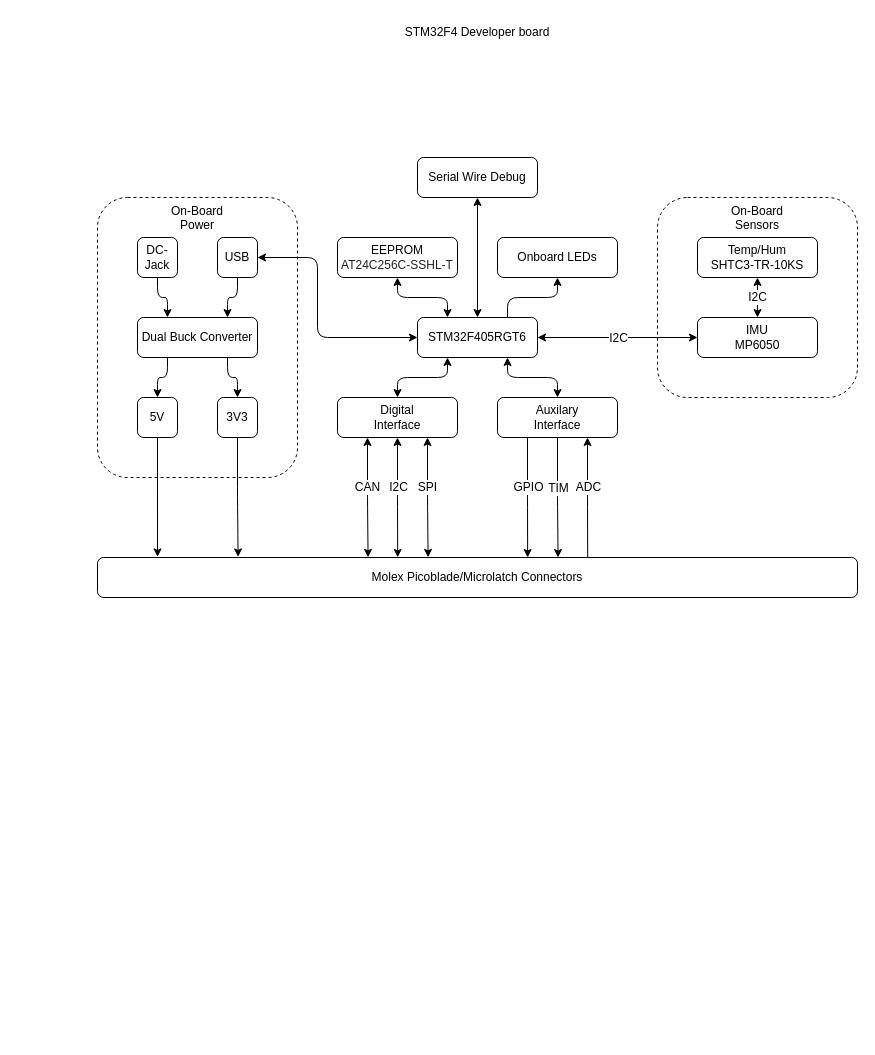
The draw.io diagram documentation/BlockDiagram.drawio in s-grundner/STM32-DevBoard, before the edit. Source tidied: cells renumbered, new cells numbered last; positions are measured from the earlier drawing's top-left corner, leaving out a move shared by most shapes. Both pictures are drawn from the tidied source at 100%, with x=0, y=0 at pixel (97, 17).
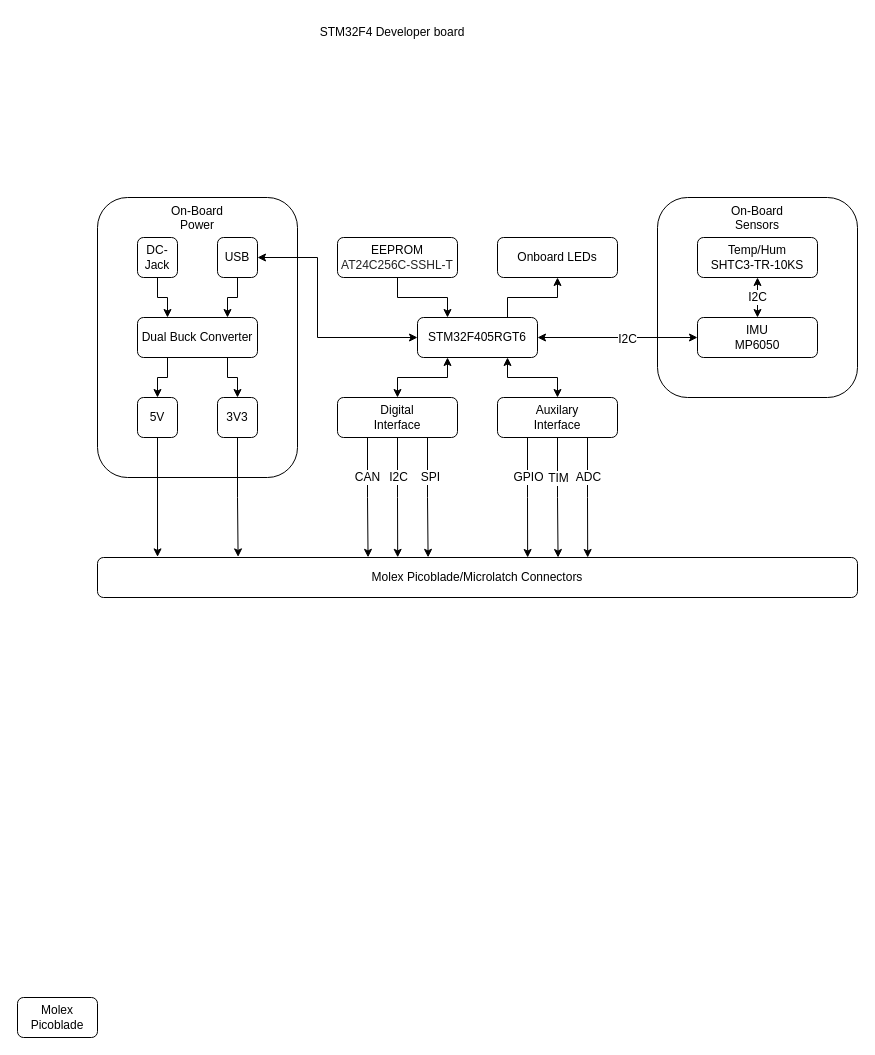
Above is the later version.

Unchanged cells that the change refers to:
```xml
<mxCell id="5" value="Dual Buck Converter" style="rounded=1;whiteSpace=wrap;html=1;" parent="1" vertex="1">
  <mxGeometry x="40" y="300" width="120" height="40" as="geometry" />
</mxCell>
<mxCell id="8" value="5V" style="rounded=1;whiteSpace=wrap;html=1;" parent="1" vertex="1">
  <mxGeometry x="40" y="380" width="40" height="40" as="geometry" />
</mxCell>
<mxCell id="10" value="3V3" style="rounded=1;whiteSpace=wrap;html=1;" parent="1" vertex="1">
  <mxGeometry x="120" y="380" width="40" height="40" as="geometry" />
</mxCell>
<mxCell id="13" value="USB" style="rounded=1;whiteSpace=wrap;html=1;" parent="1" vertex="1">
  <mxGeometry x="120" y="220" width="40" height="40" as="geometry" />
</mxCell>
<mxCell id="20" value="STM32F405RGT6" style="rounded=1;whiteSpace=wrap;html=1;" parent="1" vertex="1">
  <mxGeometry x="320" y="300" width="120" height="40" as="geometry" />
</mxCell>
<mxCell id="23" value="IMU&lt;br&gt;MP6050" style="rounded=1;whiteSpace=wrap;html=1;" parent="1" vertex="1">
  <mxGeometry x="600" y="300" width="120" height="40" as="geometry" />
</mxCell>
```

Change to the diagram source:
```diff
@@
-    <mxCell id="2" value="On-Board&lt;br&gt;Power" style="rounded=1;whiteSpace=wrap;html=1;fillColor=none;verticalAlign=top;dashed=1;" parent="1" vertex="1">
+    <mxCell id="2" value="On-Board&lt;br&gt;Power" style="rounded=1;whiteSpace=wrap;html=1;fillColor=none;verticalAlign=top;" parent="1" vertex="1">
       <mxGeometry y="180" width="200" height="280" as="geometry" />
     </mxCell>
-    <mxCell id="3" style="edgeStyle=orthogonalEdgeStyle;rounded=1;jettySize=auto;html=1;exitX=0.25;exitY=1;exitDx=0;exitDy=0;entryX=0.5;entryY=0;entryDx=0;entryDy=0;" parent="1" edge="1" source="5" target="8">
+    <mxCell id="3" style="edgeStyle=orthogonalEdgeStyle;rounded=0;jettySize=auto;html=1;exitX=0.25;exitY=1;exitDx=0;exitDy=0;entryX=0.5;entryY=0;entryDx=0;entryDy=0;" parent="1" edge="1" source="5" target="8">
       <mxGeometry relative="1" as="geometry" />
     </mxCell>
-    <mxCell id="4" style="edgeStyle=orthogonalEdgeStyle;rounded=1;jettySize=auto;html=1;exitX=0.75;exitY=1;exitDx=0;exitDy=0;entryX=0.5;entryY=0;entryDx=0;entryDy=0;" parent="1" edge="1" source="5" target="10">
+    <mxCell id="4" style="edgeStyle=orthogonalEdgeStyle;rounded=0;jettySize=auto;html=1;exitX=0.75;exitY=1;exitDx=0;exitDy=0;entryX=0.5;entryY=0;entryDx=0;entryDy=0;" parent="1" edge="1" source="5" target="10">
       <mxGeometry relative="1" as="geometry" />
     </mxCell>
@@
     <mxCell id="6" value="STM32F4 Developer board" style="text;html=1;strokeColor=none;fillColor=none;align=center;verticalAlign=middle;whiteSpace=wrap;rounded=0;" parent="1" vertex="1">
-      <mxGeometry x="235" width="290" height="30" as="geometry" />
+      <mxGeometry x="150" width="290" height="30" as="geometry" />
     </mxCell>
-    <mxCell id="7" style="edgeStyle=orthogonalEdgeStyle;rounded=1;jettySize=auto;html=1;exitX=0.5;exitY=1;exitDx=0;exitDy=0;entryX=0.079;entryY=-0.015;entryDx=0;entryDy=0;entryPerimeter=0;fontSize=12;startArrow=none;startFill=0;" parent="1" edge="1" source="8" target="29">
+    <mxCell id="7" style="edgeStyle=orthogonalEdgeStyle;rounded=0;jettySize=auto;html=1;exitX=0.5;exitY=1;exitDx=0;exitDy=0;entryX=0.079;entryY=-0.015;entryDx=0;entryDy=0;entryPerimeter=0;fontSize=12;startArrow=none;startFill=0;" parent="1" edge="1" source="8" target="29">
       <mxGeometry relative="1" as="geometry" />
     </mxCell>
@@
-    <mxCell id="9" style="edgeStyle=orthogonalEdgeStyle;rounded=1;jettySize=auto;html=1;exitX=0.5;exitY=1;exitDx=0;exitDy=0;entryX=0.185;entryY=-0.015;entryDx=0;entryDy=0;entryPerimeter=0;fontSize=12;startArrow=none;startFill=0;" parent="1" edge="1" source="10" target="29">
+    <mxCell id="9" style="edgeStyle=orthogonalEdgeStyle;rounded=0;jettySize=auto;html=1;exitX=0.5;exitY=1;exitDx=0;exitDy=0;entryX=0.185;entryY=-0.015;entryDx=0;entryDy=0;entryPerimeter=0;fontSize=12;startArrow=none;startFill=0;" parent="1" edge="1" source="10" target="29">
       <mxGeometry relative="1" as="geometry" />
     </mxCell>
@@
-    <mxCell id="11" style="edgeStyle=orthogonalEdgeStyle;rounded=1;jettySize=auto;html=1;exitX=0.5;exitY=1;exitDx=0;exitDy=0;entryX=0.75;entryY=0;entryDx=0;entryDy=0;" parent="1" edge="1" source="13" target="5">
+    <mxCell id="11" style="edgeStyle=orthogonalEdgeStyle;rounded=0;jettySize=auto;html=1;exitX=0.5;exitY=1;exitDx=0;exitDy=0;entryX=0.75;entryY=0;entryDx=0;entryDy=0;" parent="1" edge="1" source="13" target="5">
       <mxGeometry relative="1" as="geometry" />
     </mxCell>
-    <mxCell id="12" style="edgeStyle=orthogonalEdgeStyle;rounded=1;jettySize=auto;html=1;exitX=1;exitY=0.5;exitDx=0;exitDy=0;entryX=0;entryY=0.5;entryDx=0;entryDy=0;fontSize=12;startArrow=classic;startFill=1;" parent="1" edge="1" source="13" target="20">
+    <mxCell id="12" style="edgeStyle=orthogonalEdgeStyle;rounded=0;jettySize=auto;html=1;exitX=1;exitY=0.5;exitDx=0;exitDy=0;entryX=0;entryY=0.5;entryDx=0;entryDy=0;fontSize=12;startArrow=classic;startFill=1;" parent="1" edge="1" source="13" target="20">
       <mxGeometry relative="1" as="geometry">
         <Array as="points">
           <mxPoint x="220" y="240" />
           <mxPoint x="220" y="320" />
         </Array>
       </mxGeometry>
     </mxCell>
@@
-    <mxCell id="14" style="edgeStyle=orthogonalEdgeStyle;rounded=1;jettySize=auto;html=1;exitX=1;exitY=0.5;exitDx=0;exitDy=0;entryX=0;entryY=0.5;entryDx=0;entryDy=0;fontSize=12;startArrow=classic;startFill=1;" parent="1" edge="1" source="20" target="23">
+    <mxCell id="14" style="edgeStyle=orthogonalEdgeStyle;rounded=0;jettySize=auto;html=1;exitX=1;exitY=0.5;exitDx=0;exitDy=0;entryX=0;entryY=0.5;entryDx=0;entryDy=0;fontSize=12;startArrow=classic;startFill=1;" parent="1" edge="1" source="20" target="23">
       <mxGeometry relative="1" as="geometry" />
     </mxCell>
-    <mxCell id="15" value="I2C" style="edgeLabel;html=1;align=center;verticalAlign=middle;fontSize=12;labelBackgroundColor=default;" parent="14" vertex="1">
-      <mxGeometry x="0.11" y="-1" relative="1" as="geometry">
-        <mxPoint x="-9" y="-1" as="offset" />
-      </mxGeometry>
+    <mxCell id="15" value="I2C" style="edgeLabel;html=1;align=center;verticalAlign=middle;fontSize=12;" parent="14" vertex="1">
+      <mxGeometry x="0.11" y="-1" relative="1" as="geometry" />
     </mxCell>
-    <mxCell id="16" style="edgeStyle=orthogonalEdgeStyle;rounded=1;jettySize=auto;html=1;exitX=0.25;exitY=1;exitDx=0;exitDy=0;entryX=0.5;entryY=0;entryDx=0;entryDy=0;fontSize=12;startArrow=classic;startFill=1;" parent="1" edge="1" source="20" target="36">
+    <mxCell id="16" style="edgeStyle=orthogonalEdgeStyle;rounded=0;jettySize=auto;html=1;exitX=0.25;exitY=1;exitDx=0;exitDy=0;entryX=0.5;entryY=0;entryDx=0;entryDy=0;fontSize=12;startArrow=classic;startFill=1;" parent="1" edge="1" source="20" target="36">
       <mxGeometry relative="1" as="geometry" />
     </mxCell>
-    <mxCell id="17" style="edgeStyle=orthogonalEdgeStyle;rounded=1;jettySize=auto;html=1;exitX=0.75;exitY=1;exitDx=0;exitDy=0;entryX=0.5;entryY=0;entryDx=0;entryDy=0;fontSize=12;startArrow=classic;startFill=1;" parent="1" edge="1" source="20" target="43">
+    <mxCell id="17" style="edgeStyle=orthogonalEdgeStyle;rounded=0;jettySize=auto;html=1;exitX=0.75;exitY=1;exitDx=0;exitDy=0;entryX=0.5;entryY=0;entryDx=0;entryDy=0;fontSize=12;startArrow=classic;startFill=1;" parent="1" edge="1" source="20" target="43">
       <mxGeometry relative="1" as="geometry" />
     </mxCell>
-    <mxCell id="18" style="edgeStyle=orthogonalEdgeStyle;rounded=1;jettySize=auto;html=1;exitX=0.75;exitY=0;exitDx=0;exitDy=0;entryX=0.5;entryY=1;entryDx=0;entryDy=0;fontSize=12;startArrow=none;startFill=0;" parent="1" edge="1" source="20" target="44">
+    <mxCell id="18" style="edgeStyle=orthogonalEdgeStyle;rounded=0;jettySize=auto;html=1;exitX=0.75;exitY=0;exitDx=0;exitDy=0;entryX=0.5;entryY=1;entryDx=0;entryDy=0;fontSize=12;startArrow=none;startFill=0;" parent="1" edge="1" source="20" target="44">
       <mxGeometry relative="1" as="geometry" />
     </mxCell>
-    <mxCell id="19" style="edgeStyle=orthogonalEdgeStyle;rounded=1;jettySize=auto;html=1;entryX=0.5;entryY=1;entryDx=0;entryDy=0;fontSize=12;startArrow=classic;startFill=1;strokeColor=default;" parent="1" edge="1" source="20" target="45">
-      <mxGeometry relative="1" as="geometry" />
-    </mxCell>
@@
-    <mxCell id="21" value="On-Board&lt;br&gt;Sensors" style="rounded=1;whiteSpace=wrap;html=1;fillColor=none;verticalAlign=top;dashed=1;" parent="1" vertex="1">
+    <mxCell id="21" value="On-Board&lt;br&gt;Sensors" style="rounded=1;whiteSpace=wrap;html=1;fillColor=none;verticalAlign=top;" parent="1" vertex="1">
       <mxGeometry x="560" y="180" width="200" height="200" as="geometry" />
     </mxCell>
+    <mxCell id="46" value="Molex&lt;br&gt;Picoblade" style="rounded=1;whiteSpace=wrap;html=1;" parent="1" vertex="1">
+      <mxGeometry x="-80" y="980" width="80" height="40" as="geometry" />
+    </mxCell>
@@
-    <mxCell id="25" style="edgeStyle=orthogonalEdgeStyle;rounded=1;jettySize=auto;html=1;entryX=0.25;entryY=0;entryDx=0;entryDy=0;fontSize=12;startArrow=classic;startFill=1;" parent="1" edge="1" source="26" target="20">
+    <mxCell id="25" style="edgeStyle=orthogonalEdgeStyle;rounded=0;jettySize=auto;html=1;entryX=0.25;entryY=0;entryDx=0;entryDy=0;fontSize=12;startArrow=none;startFill=0;" parent="1" edge="1" source="26" target="20">
       <mxGeometry relative="1" as="geometry" />
     </mxCell>
-    <mxCell id="26" value="EEPROM&lt;br&gt;&lt;span style=&quot;color: rgb(34 , 34 , 34)&quot;&gt;AT24C256C-SSHL-T&lt;/span&gt;" style="rounded=1;whiteSpace=wrap;html=1;fillColor=default;" parent="1" vertex="1">
+    <mxCell id="26" value="EEPROM&lt;br&gt;&lt;span style=&quot;color: rgb(34 , 34 , 34) ; background-color: rgb(255 , 255 , 255)&quot;&gt;AT24C256C-SSHL-T&lt;/span&gt;" style="rounded=1;whiteSpace=wrap;html=1;fillColor=none;" parent="1" vertex="1">
       <mxGeometry x="240" y="220" width="120" height="40" as="geometry" />
     </mxCell>
-    <mxCell id="27" style="edgeStyle=orthogonalEdgeStyle;rounded=1;jettySize=auto;html=1;entryX=0.25;entryY=0;entryDx=0;entryDy=0;" parent="1" edge="1" source="28" target="5">
+    <mxCell id="27" style="edgeStyle=orthogonalEdgeStyle;rounded=0;jettySize=auto;html=1;entryX=0.25;entryY=0;entryDx=0;entryDy=0;" parent="1" edge="1" source="28" target="5">
       <mxGeometry relative="1" as="geometry" />
     </mxCell>
-    <mxCell id="28" value="DC- Jack" style="rounded=1;whiteSpace=wrap;html=1;fillColor=default;" parent="1" vertex="1">
+    <mxCell id="28" value="DC- Jack" style="rounded=1;whiteSpace=wrap;html=1;fillColor=none;" parent="1" vertex="1">
       <mxGeometry x="40" y="220" width="40" height="40" as="geometry" />
     </mxCell>
-    <mxCell id="29" value="Molex Picoblade/Microlatch Connectors" style="rounded=1;whiteSpace=wrap;html=1;fillColor=default;" parent="1" vertex="1">
+    <mxCell id="29" value="Molex Picoblade/Microlatch Connectors" style="rounded=1;whiteSpace=wrap;html=1;fillColor=none;" parent="1" vertex="1">
       <mxGeometry y="540" width="760" height="40" as="geometry" />
     </mxCell>
-    <mxCell id="30" style="edgeStyle=orthogonalEdgeStyle;rounded=1;jettySize=auto;html=1;exitX=0.25;exitY=1;exitDx=0;exitDy=0;entryX=0.356;entryY=-0.004;entryDx=0;entryDy=0;entryPerimeter=0;fontSize=12;startArrow=classic;startFill=1;" parent="1" edge="1" source="36" target="29">
+    <mxCell id="30" style="edgeStyle=orthogonalEdgeStyle;rounded=0;jettySize=auto;html=1;exitX=0.25;exitY=1;exitDx=0;exitDy=0;entryX=0.356;entryY=-0.004;entryDx=0;entryDy=0;entryPerimeter=0;fontSize=12;startArrow=none;startFill=0;" parent="1" edge="1" source="36" target="29">
       <mxGeometry relative="1" as="geometry" />
     </mxCell>
     <mxCell id="31" value="CAN" style="edgeLabel;html=1;align=center;verticalAlign=middle;fontSize=12;" parent="30" vertex="1">
       <mxGeometry x="0.32" y="1" relative="1" as="geometry">
-        <mxPoint x="-2" y="-29" as="offset" />
+        <mxPoint x="-2" y="-39" as="offset" />
       </mxGeometry>
     </mxCell>
-    <mxCell id="32" style="edgeStyle=orthogonalEdgeStyle;rounded=1;jettySize=auto;html=1;exitX=0.5;exitY=1;exitDx=0;exitDy=0;entryX=0.395;entryY=-0.004;entryDx=0;entryDy=0;entryPerimeter=0;fontSize=12;startArrow=classic;startFill=1;" parent="1" edge="1" source="36" target="29">
+    <mxCell id="32" style="edgeStyle=orthogonalEdgeStyle;rounded=0;jettySize=auto;html=1;exitX=0.5;exitY=1;exitDx=0;exitDy=0;entryX=0.395;entryY=-0.004;entryDx=0;entryDy=0;entryPerimeter=0;fontSize=12;startArrow=none;startFill=0;" parent="1" edge="1" source="36" target="29">
       <mxGeometry relative="1" as="geometry" />
     </mxCell>
     <mxCell id="33" value="I2C" style="edgeLabel;html=1;align=center;verticalAlign=middle;fontSize=12;" parent="32" vertex="1">
       <mxGeometry x="0.37" y="-1" relative="1" as="geometry">
-        <mxPoint x="1" y="-32" as="offset" />
+        <mxPoint x="1" y="-42" as="offset" />
       </mxGeometry>
     </mxCell>
-    <mxCell id="34" style="edgeStyle=orthogonalEdgeStyle;rounded=1;jettySize=auto;html=1;exitX=0.75;exitY=1;exitDx=0;exitDy=0;entryX=0.435;entryY=-0.004;entryDx=0;entryDy=0;entryPerimeter=0;fontSize=12;startArrow=classic;startFill=1;" parent="1" edge="1" source="36" target="29">
+    <mxCell id="34" style="edgeStyle=orthogonalEdgeStyle;rounded=0;jettySize=auto;html=1;exitX=0.75;exitY=1;exitDx=0;exitDy=0;entryX=0.435;entryY=-0.004;entryDx=0;entryDy=0;entryPerimeter=0;fontSize=12;startArrow=none;startFill=0;" parent="1" edge="1" source="36" target="29">
       <mxGeometry relative="1" as="geometry" />
     </mxCell>
     <mxCell id="35" value="SPI" style="edgeLabel;html=1;align=center;verticalAlign=middle;fontSize=12;" parent="34" vertex="1">
       <mxGeometry x="0.22" y="2" relative="1" as="geometry">
-        <mxPoint x="-3" y="-23" as="offset" />
+        <mxPoint y="-33" as="offset" />
       </mxGeometry>
     </mxCell>
-    <mxCell id="36" value="Digital&lt;br&gt;Interface" style="rounded=1;whiteSpace=wrap;html=1;fontSize=12;fillColor=default;" parent="1" vertex="1">
+    <mxCell id="36" value="Digital&lt;br&gt;Interface" style="rounded=1;whiteSpace=wrap;html=1;fontSize=12;fillColor=none;" parent="1" vertex="1">
       <mxGeometry x="240" y="380" width="120" height="40" as="geometry" />
     </mxCell>
-    <mxCell id="37" style="edgeStyle=orthogonalEdgeStyle;rounded=1;jettySize=auto;html=1;exitX=0.25;exitY=1;exitDx=0;exitDy=0;entryX=0.566;entryY=0;entryDx=0;entryDy=0;entryPerimeter=0;fontSize=12;startArrow=none;startFill=0;" parent="1" edge="1" source="43" target="29">
+    <mxCell id="37" style="edgeStyle=orthogonalEdgeStyle;rounded=0;jettySize=auto;html=1;exitX=0.25;exitY=1;exitDx=0;exitDy=0;entryX=0.566;entryY=0;entryDx=0;entryDy=0;entryPerimeter=0;fontSize=12;startArrow=none;startFill=0;" parent="1" edge="1" source="43" target="29">
       <mxGeometry relative="1" as="geometry" />
     </mxCell>
     <mxCell id="38" value="GPIO" style="edgeLabel;html=1;align=center;verticalAlign=middle;fontSize=12;" parent="37" vertex="1">
       <mxGeometry x="0.26" relative="1" as="geometry">
-        <mxPoint y="-26" as="offset" />
+        <mxPoint y="-36" as="offset" />
       </mxGeometry>
     </mxCell>
-    <mxCell id="39" style="edgeStyle=orthogonalEdgeStyle;rounded=1;jettySize=auto;html=1;exitX=0.5;exitY=1;exitDx=0;exitDy=0;entryX=0.606;entryY=0;entryDx=0;entryDy=0;entryPerimeter=0;fontSize=12;startArrow=none;startFill=0;" parent="1" edge="1" source="43" target="29">
+    <mxCell id="39" style="edgeStyle=orthogonalEdgeStyle;rounded=0;jettySize=auto;html=1;exitX=0.5;exitY=1;exitDx=0;exitDy=0;entryX=0.606;entryY=0;entryDx=0;entryDy=0;entryPerimeter=0;fontSize=12;startArrow=none;startFill=0;" parent="1" edge="1" source="43" target="29">
       <mxGeometry relative="1" as="geometry" />
     </mxCell>
     <mxCell id="40" value="TIM" style="edgeLabel;html=1;align=center;verticalAlign=middle;fontSize=12;" parent="39" vertex="1">
       <mxGeometry x="-0.09" y="1" relative="1" as="geometry">
-        <mxPoint x="-1" y="-5" as="offset" />
+        <mxPoint x="-1" y="-15" as="offset" />
       </mxGeometry>
     </mxCell>
-    <mxCell id="41" style="edgeStyle=orthogonalEdgeStyle;rounded=1;jettySize=auto;html=1;exitX=0.75;exitY=1;exitDx=0;exitDy=0;entryX=0.645;entryY=0;entryDx=0;entryDy=0;entryPerimeter=0;fontSize=12;startArrow=classic;startFill=1;endArrow=none;endFill=0;" parent="1" edge="1" source="43" target="29">
+    <mxCell id="41" style="edgeStyle=orthogonalEdgeStyle;rounded=0;jettySize=auto;html=1;exitX=0.75;exitY=1;exitDx=0;exitDy=0;entryX=0.645;entryY=0;entryDx=0;entryDy=0;entryPerimeter=0;fontSize=12;startArrow=none;startFill=0;" parent="1" edge="1" source="43" target="29">
       <mxGeometry relative="1" as="geometry" />
     </mxCell>
     <mxCell id="42" value="ADC" style="edgeLabel;html=1;align=center;verticalAlign=middle;fontSize=12;" parent="41" vertex="1">
-      <mxGeometry x="-0.18" relative="1" as="geometry" />
+      <mxGeometry x="-0.18" relative="1" as="geometry">
+        <mxPoint y="-10" as="offset" />
+      </mxGeometry>
     </mxCell>
-    <mxCell id="43" value="Auxilary&lt;br&gt;Interface" style="rounded=1;whiteSpace=wrap;html=1;fontSize=12;fillColor=default;" parent="1" vertex="1">
+    <mxCell id="43" value="Auxilary&lt;br&gt;Interface" style="rounded=1;whiteSpace=wrap;html=1;fontSize=12;fillColor=none;" parent="1" vertex="1">
       <mxGeometry x="400" y="380" width="120" height="40" as="geometry" />
     </mxCell>
-    <mxCell id="44" value="Onboard LEDs" style="rounded=1;whiteSpace=wrap;html=1;fontSize=12;fillColor=default;" parent="1" vertex="1">
+    <mxCell id="44" value="Onboard LEDs" style="rounded=1;whiteSpace=wrap;html=1;fontSize=12;fillColor=none;" parent="1" vertex="1">
       <mxGeometry x="400" y="220" width="120" height="40" as="geometry" />
     </mxCell>
-    <mxCell id="45" value="Serial Wire Debug" style="rounded=1;whiteSpace=wrap;html=1;fontSize=12;fillColor=default;" parent="1" vertex="1">
-      <mxGeometry x="320" y="140" width="120" height="40" as="geometry" />
-    </mxCell>
```
